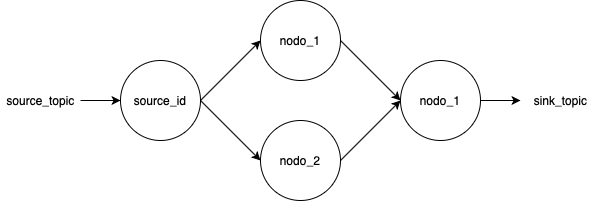
Above: images/pipeline_example.png in nicolo-felicioni/kafka-pipeline (draw.io), before the change. Source tidied: cells renumbered, new cells last; positions are measured from the earlier drawing's top-left corner, leaving out a move shared by most shapes.
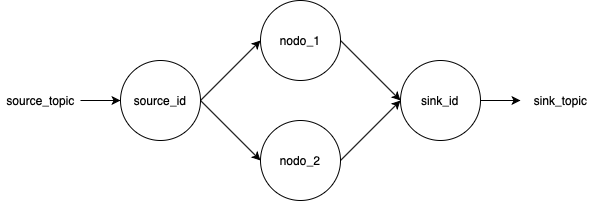
The same file after the commit.

Commit message:
updated pipeline example image

Diff of the diagram source:
```diff
@@ -16,7 +16,7 @@
     <mxCell id="5" value="nodo_2" style="ellipse;whiteSpace=wrap;html=1;" parent="1" vertex="1">
       <mxGeometry x="260" y="120" width="80" height="80" as="geometry" />
     </mxCell>
-    <mxCell id="6" value="nodo_1" style="ellipse;whiteSpace=wrap;html=1;" parent="1" vertex="1">
+    <mxCell id="6" value="sink_id" style="ellipse;whiteSpace=wrap;html=1;" parent="1" vertex="1">
       <mxGeometry x="400" y="60" width="80" height="80" as="geometry" />
     </mxCell>
     <mxCell id="7" style="endArrow=classic;html=1;exitX=1;exitY=0.5;exitDx=0;exitDy=0;" parent="1" edge="1" source="6">
```
